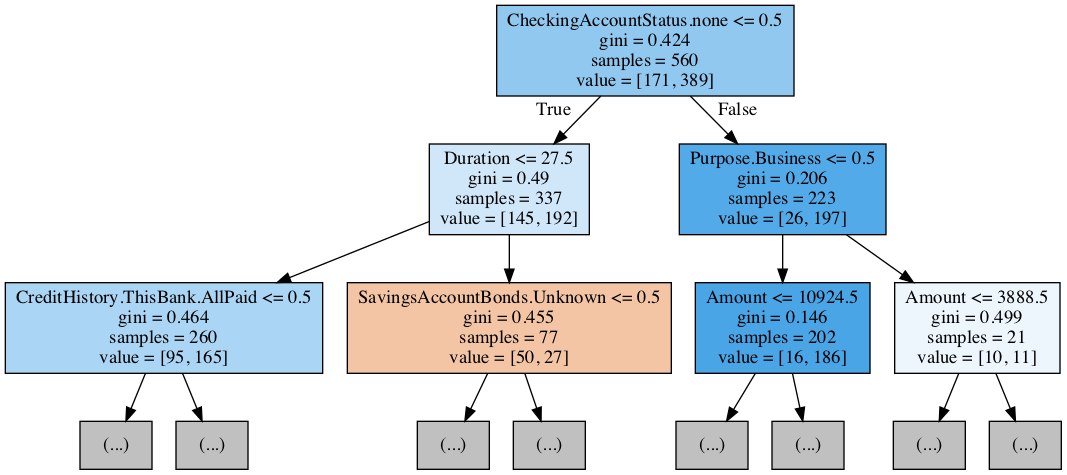
Before: Assignment11-aic-8_2_8_tree-based-algorithms-mini-project/tree.png, a diagram exported from Graphviz (kousikimps/springboard). Its source is kept beside it as Assignment11-aic-8_2_8_tree-based-algorithms-mini-project/tree.dot.
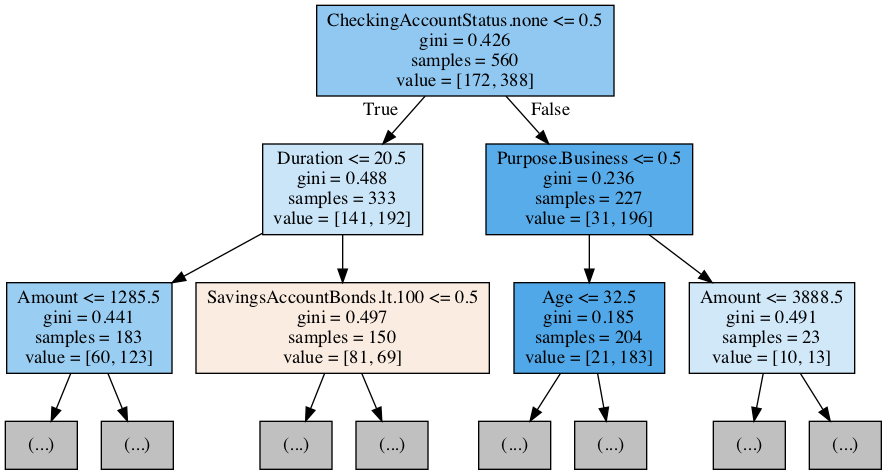
After the commit.

Change to the diagram source:
```diff
@@ -1,32 +1,32 @@
 digraph Tree {
 node [shape=box, style="filled", color="black"] ;
-0 [label="CheckingAccountStatus.none <= 0.5\ngini = 0.424\nsamples = 560\nvalue = [171, 389]", fillcolor="#90c8f0"] ;
-1 [label="Duration <= 27.5\ngini = 0.49\nsamples = 337\nvalue = [145, 192]", fillcolor="#cfe7f9"] ;
+0 [label="CheckingAccountStatus.none <= 0.5\ngini = 0.426\nsamples = 560\nvalue = [172, 388]", fillcolor="#91c8f1"] ;
+1 [label="Duration <= 20.5\ngini = 0.488\nsamples = 333\nvalue = [141, 192]", fillcolor="#cae5f8"] ;
 0 -> 1 [labeldistance=2.5, labelangle=45, headlabel="True"] ;
-2 [label="CreditHistory.ThisBank.AllPaid <= 0.5\ngini = 0.464\nsamples = 260\nvalue = [95, 165]", fillcolor="#abd5f4"] ;
+2 [label="Amount <= 1285.5\ngini = 0.441\nsamples = 183\nvalue = [60, 123]", fillcolor="#9acdf2"] ;
 1 -> 2 ;
 3 [label="(...)", fillcolor="#C0C0C0"] ;
 2 -> 3 ;
-110 [label="(...)", fillcolor="#C0C0C0"] ;
-2 -> 110 ;
-117 [label="SavingsAccountBonds.Unknown <= 0.5\ngini = 0.455\nsamples = 77\nvalue = [50, 27]", fillcolor="#f3c5a4"] ;
-1 -> 117 ;
-118 [label="(...)", fillcolor="#C0C0C0"] ;
-117 -> 118 ;
-149 [label="(...)", fillcolor="#C0C0C0"] ;
-117 -> 149 ;
-154 [label="Purpose.Business <= 0.5\ngini = 0.206\nsamples = 223\nvalue = [26, 197]", fillcolor="#53aae8"] ;
-0 -> 154 [labeldistance=2.5, labelangle=-45, headlabel="False"] ;
-155 [label="Amount <= 10924.5\ngini = 0.146\nsamples = 202\nvalue = [16, 186]", fillcolor="#4aa5e7"] ;
-154 -> 155 ;
-156 [label="(...)", fillcolor="#C0C0C0"] ;
-155 -> 156 ;
-199 [label="(...)", fillcolor="#C0C0C0"] ;
-155 -> 199 ;
-202 [label="Amount <= 3888.5\ngini = 0.499\nsamples = 21\nvalue = [10, 11]", fillcolor="#edf6fd"] ;
-154 -> 202 ;
-203 [label="(...)", fillcolor="#C0C0C0"] ;
-202 -> 203 ;
-212 [label="(...)", fillcolor="#C0C0C0"] ;
-202 -> 212 ;
+40 [label="(...)", fillcolor="#C0C0C0"] ;
+2 -> 40 ;
+85 [label="SavingsAccountBonds.lt.100 <= 0.5\ngini = 0.497\nsamples = 150\nvalue = [81, 69]", fillcolor="#fbece2"] ;
+1 -> 85 ;
+86 [label="(...)", fillcolor="#C0C0C0"] ;
+85 -> 86 ;
+113 [label="(...)", fillcolor="#C0C0C0"] ;
+85 -> 113 ;
+160 [label="Purpose.Business <= 0.5\ngini = 0.236\nsamples = 227\nvalue = [31, 196]", fillcolor="#58ace9"] ;
+0 -> 160 [labeldistance=2.5, labelangle=-45, headlabel="False"] ;
+161 [label="Age <= 32.5\ngini = 0.185\nsamples = 204\nvalue = [21, 183]", fillcolor="#50a8e8"] ;
+160 -> 161 ;
+162 [label="(...)", fillcolor="#C0C0C0"] ;
+161 -> 162 ;
+197 [label="(...)", fillcolor="#C0C0C0"] ;
+161 -> 197 ;
+218 [label="Amount <= 3888.5\ngini = 0.491\nsamples = 23\nvalue = [10, 13]", fillcolor="#d1e8f9"] ;
+160 -> 218 ;
+219 [label="(...)", fillcolor="#C0C0C0"] ;
+218 -> 219 ;
+224 [label="(...)", fillcolor="#C0C0C0"] ;
+218 -> 224 ;
 }
```
